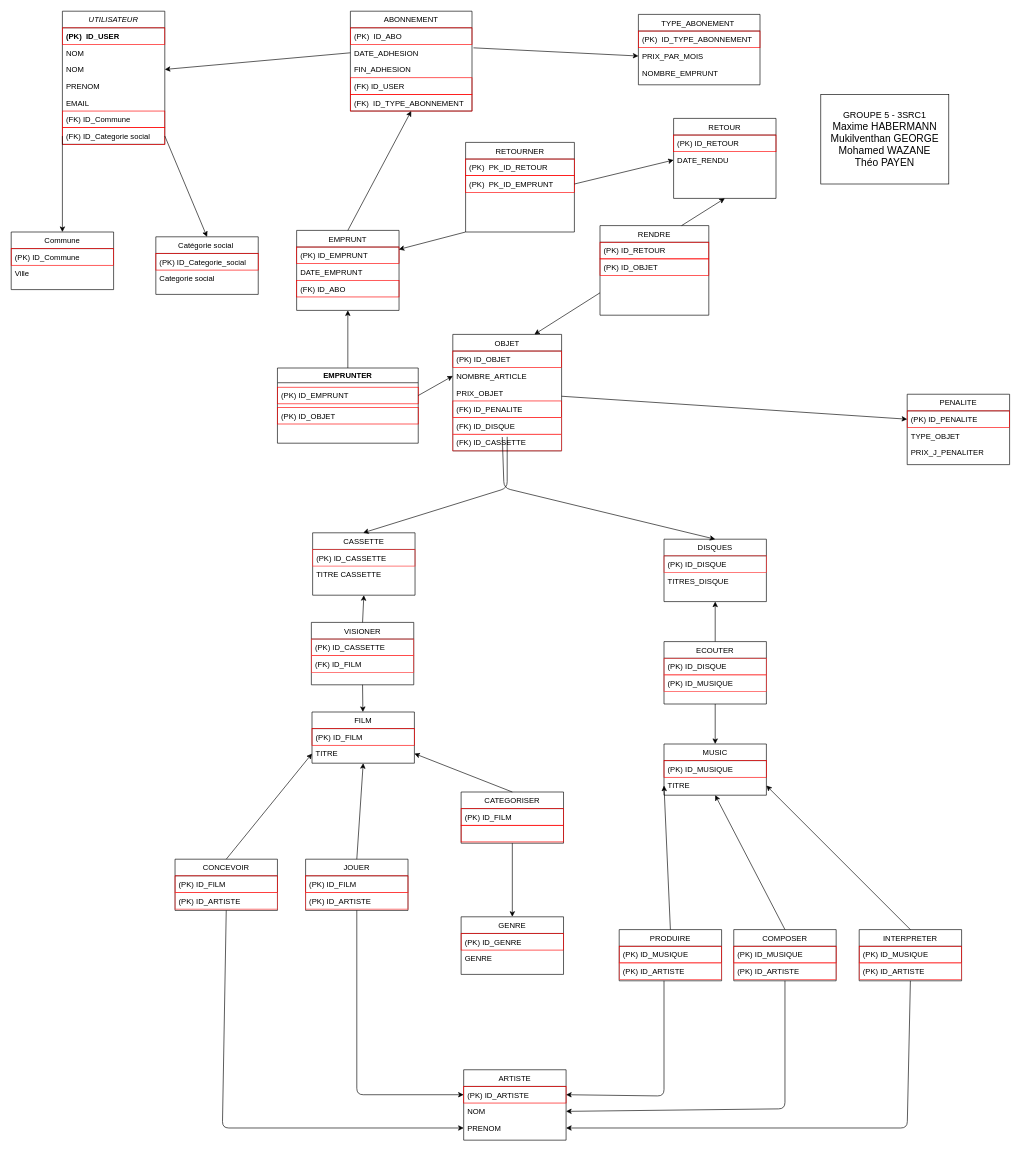
This is page "MPD VERSION FINALE" (4 of 4) of Proje BDD-2-2.drawio from GMukilventhan/Projet-BDD-SRC-21-22, a draw.io file, before an edit. Source tidied: cells renumbered, new cells numbered last; positions are measured from the earlier drawing's top-left corner, leaving out a move shared by most shapes. Both pictures are drawn from the tidied source at 64%, with x=0, y=0 at pixel (11, 11).
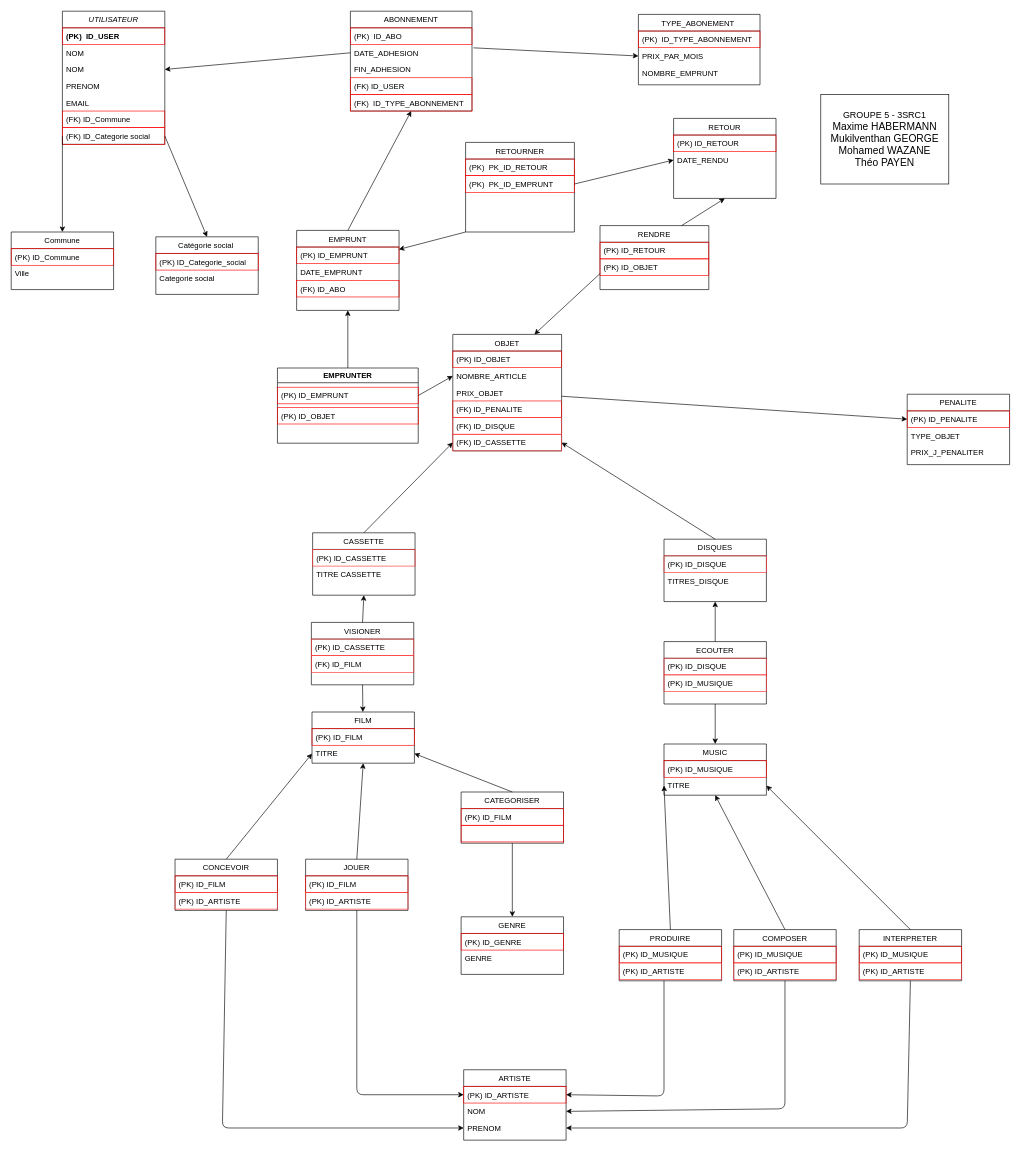
After the change.

The change refers to these unchanged cells:
```xml
<mxCell id="22" value="(FK) ID_CASSETTE" style="text;align=left;verticalAlign=top;spacingLeft=4;spacingRight=4;overflow=hidden;points=[[0,0.5],[1,0.5]];portConstraint=eastwest;strokeColor=#FF3333;" parent="16" vertex="1">
  <mxGeometry y="156" width="170" height="26" as="geometry" />
</mxCell>
<mxCell id="47" value="CASSETTE" style="swimlane;fontStyle=0;align=center;verticalAlign=top;horizontal=1;startSize=26;rounded=0;shadow=0;strokeWidth=1;" parent="1" vertex="1">
  <mxGeometry x="471" y="815" width="160" height="97.5" as="geometry" />
</mxCell>
<mxCell id="50" value="DISQUES" style="swimlane;fontStyle=0;align=center;verticalAlign=top;horizontal=1;startSize=26;rounded=0;shadow=0;strokeWidth=1;" parent="1" vertex="1">
  <mxGeometry x="1020" y="825" width="160" height="97.5" as="geometry" />
</mxCell>
```

Change to the diagram source:
```diff
@@
     <mxCell id="74" value="RENDRE" style="swimlane;fontStyle=0;align=center;verticalAlign=top;horizontal=1;startSize=26;rounded=0;shadow=0;strokeWidth=1;" parent="1" vertex="1">
-      <mxGeometry x="920" y="335" width="170" height="140" as="geometry" />
+      <mxGeometry x="920" y="335" width="170" height="100" as="geometry" />
     </mxCell>
@@
-    <mxCell id="80" style="endArrow=classic;html=1;entryX=0.5;entryY=0;entryDx=0;entryDy=0;" parent="1" edge="1">
-      <mxGeometry relative="1" as="geometry">
-        <mxPoint x="775" y="665" as="sourcePoint" />
-        <mxPoint x="550" y="815" as="targetPoint" />
-        <Array as="points">
-          <mxPoint x="775" y="745" />
-        </Array>
-      </mxGeometry>
-    </mxCell>
-    <mxCell id="81" style="endArrow=classic;html=1;entryX=0.5;entryY=0;entryDx=0;entryDy=0;exitX=0.455;exitY=1.165;exitDx=0;exitDy=0;exitPerimeter=0;" parent="1" edge="1" target="50">
-      <mxGeometry relative="1" as="geometry">
-        <mxPoint x="767.3" y="665.3" as="sourcePoint" />
-        <Array as="points">
-          <mxPoint x="770" y="745" />
-        </Array>
-      </mxGeometry>
-    </mxCell>
@@
+    <mxCell id="127" style="endArrow=classic;html=1;exitX=0.5;exitY=0;exitDx=0;exitDy=0;entryX=0;entryY=0.5;entryDx=0;entryDy=0;" parent="1" edge="1" source="47" target="22">
+      <mxGeometry relative="1" as="geometry" />
+    </mxCell>
+    <mxCell id="128" style="endArrow=classic;html=1;exitX=0.5;exitY=0;exitDx=0;exitDy=0;entryX=1;entryY=0.5;entryDx=0;entryDy=0;" parent="1" edge="1" source="50" target="22">
+      <mxGeometry relative="1" as="geometry" />
+    </mxCell>
```
